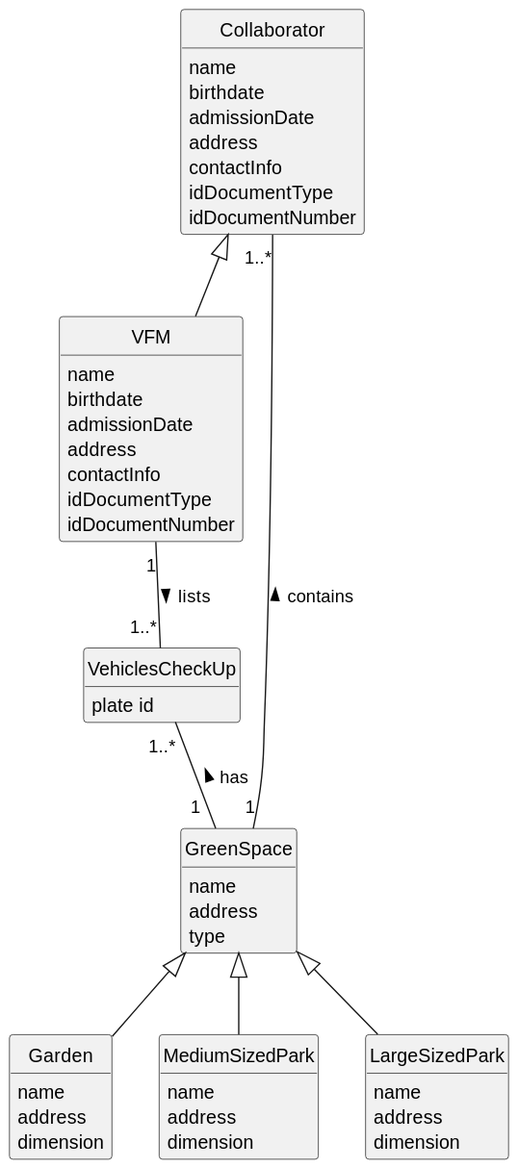
Earlier version of the PlantUML export docs/sprintA/us008/02.analysis/svg/us008-domain-model.svg (diogoveirospro/lei-24-s2-1dg-g072).
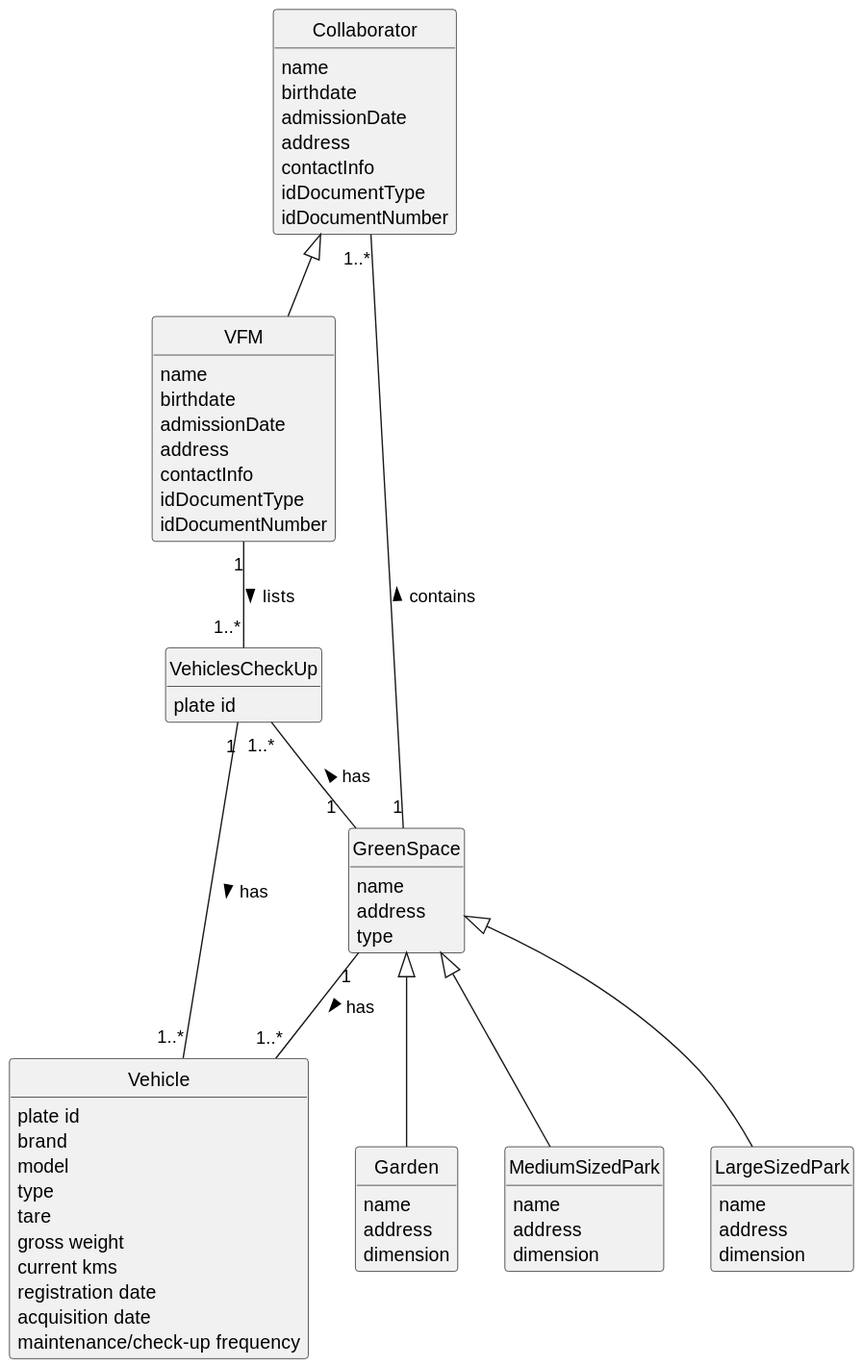
Later version of the same file.

Diff of the diagram source:
```diff
@@ -55,6 +55,18 @@
     address
     dimension
 }
+class Vehicle{
+    plate id
+    brand
+    model
+    type
+    tare
+    gross weight
+    current kms
+    registration date
+    acquisition date
+    maintenance/check-up frequency
+}
 
 
 
@@ -65,4 +77,6 @@
 GreenSpace <|-- LargeSizedPark
 GreenSpace "1" -- "1..*" Collaborator: contains >
 VehiclesCheckUp "1..*" -- "1  " GreenSpace: has <
+Vehicle "1..*" -- "1" VehiclesCheckUp: has <
+GreenSpace "1" -- "1..*" Vehicle: has >
 @enduml
```
